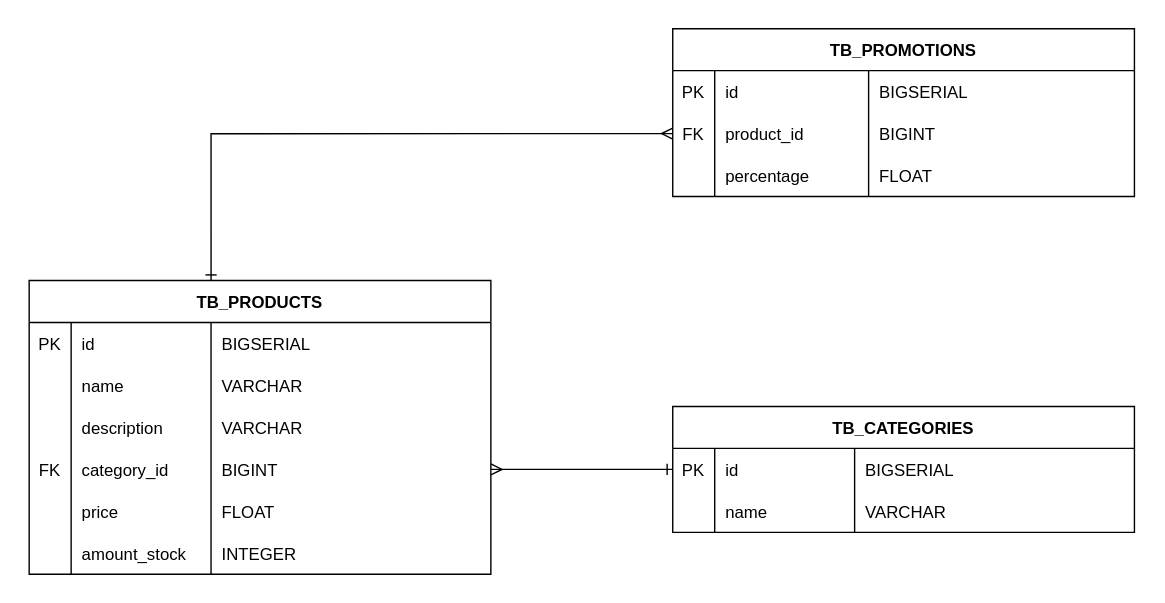
Before: api-inventory-management/der.svg, a diagram exported from draw.io (WesleyTelesBenette/my-sources-for-docs). Source tidied: cells renumbered, new cells last; positions are measured from the earlier drawing's top-left corner, leaving out a move shared by most shapes.
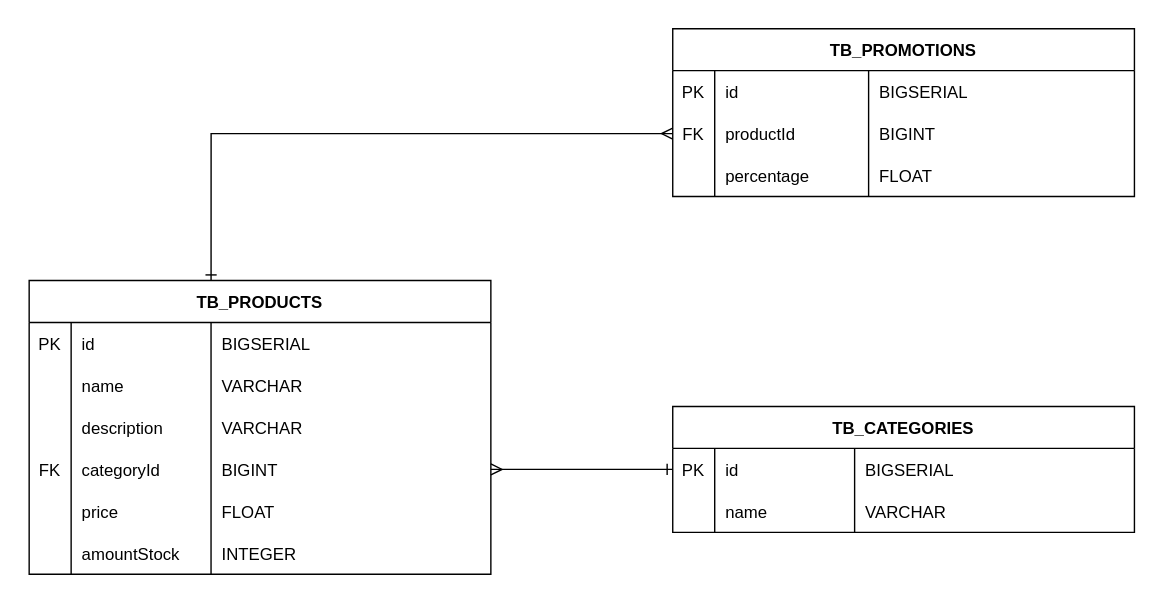
Above is the later version.

The edit, as a diff of the source:
```diff
@@ -50,7 +50,7 @@
     <mxCell id="17" value="FK" style="shape=partialRectangle;fillColor=none;top=0;left=0;bottom=0;right=0;overflow=hidden;" parent="16" vertex="1">
       <mxGeometry width="30" height="30" as="geometry" />
     </mxCell>
-    <mxCell id="18" value="category_id" style="shape=partialRectangle;fillColor=none;top=0;left=0;bottom=0;right=0;align=left;spacingLeft=6;overflow=hidden;" parent="16" vertex="1">
+    <mxCell id="18" value="categoryId" style="shape=partialRectangle;fillColor=none;top=0;left=0;bottom=0;right=0;align=left;spacingLeft=6;overflow=hidden;" parent="16" vertex="1">
       <mxGeometry x="30" width="100" height="30" as="geometry" />
     </mxCell>
     <mxCell id="19" value="BIGINT" style="shape=partialRectangle;fillColor=none;top=0;left=0;bottom=0;right=0;align=left;spacingLeft=6;overflow=hidden;" parent="16" vertex="1">
@@ -74,7 +74,7 @@
     <mxCell id="25" style="shape=partialRectangle;fillColor=none;top=0;left=0;bottom=0;right=0;overflow=hidden;" parent="24" vertex="1">
       <mxGeometry width="30" height="30" as="geometry" />
     </mxCell>
-    <mxCell id="26" value="amount_stock" style="shape=partialRectangle;fillColor=none;top=0;left=0;bottom=0;right=0;align=left;spacingLeft=6;overflow=hidden;" parent="24" vertex="1">
+    <mxCell id="26" value="amountStock" style="shape=partialRectangle;fillColor=none;top=0;left=0;bottom=0;right=0;align=left;spacingLeft=6;overflow=hidden;" parent="24" vertex="1">
       <mxGeometry x="30" width="100" height="30" as="geometry" />
     </mxCell>
     <mxCell id="27" value="INTEGER" style="shape=partialRectangle;fillColor=none;top=0;left=0;bottom=0;right=0;align=left;spacingLeft=6;overflow=hidden;" parent="24" vertex="1">
@@ -128,7 +128,7 @@
     <mxCell id="43" value="FK" style="shape=partialRectangle;fillColor=none;top=0;left=0;bottom=0;right=0;overflow=hidden;" parent="42" vertex="1">
       <mxGeometry width="30" height="30" as="geometry" />
     </mxCell>
-    <mxCell id="44" value="product_id" style="shape=partialRectangle;fillColor=none;top=0;left=0;bottom=0;right=0;align=left;spacingLeft=6;overflow=hidden;" parent="42" vertex="1">
+    <mxCell id="44" value="productId" style="shape=partialRectangle;fillColor=none;top=0;left=0;bottom=0;right=0;align=left;spacingLeft=6;overflow=hidden;" parent="42" vertex="1">
       <mxGeometry x="30" width="110" height="30" as="geometry" />
     </mxCell>
     <mxCell id="45" value="BIGINT" style="shape=partialRectangle;fillColor=none;top=0;left=0;bottom=0;right=0;align=left;spacingLeft=6;overflow=hidden;" parent="42" vertex="1">
```
